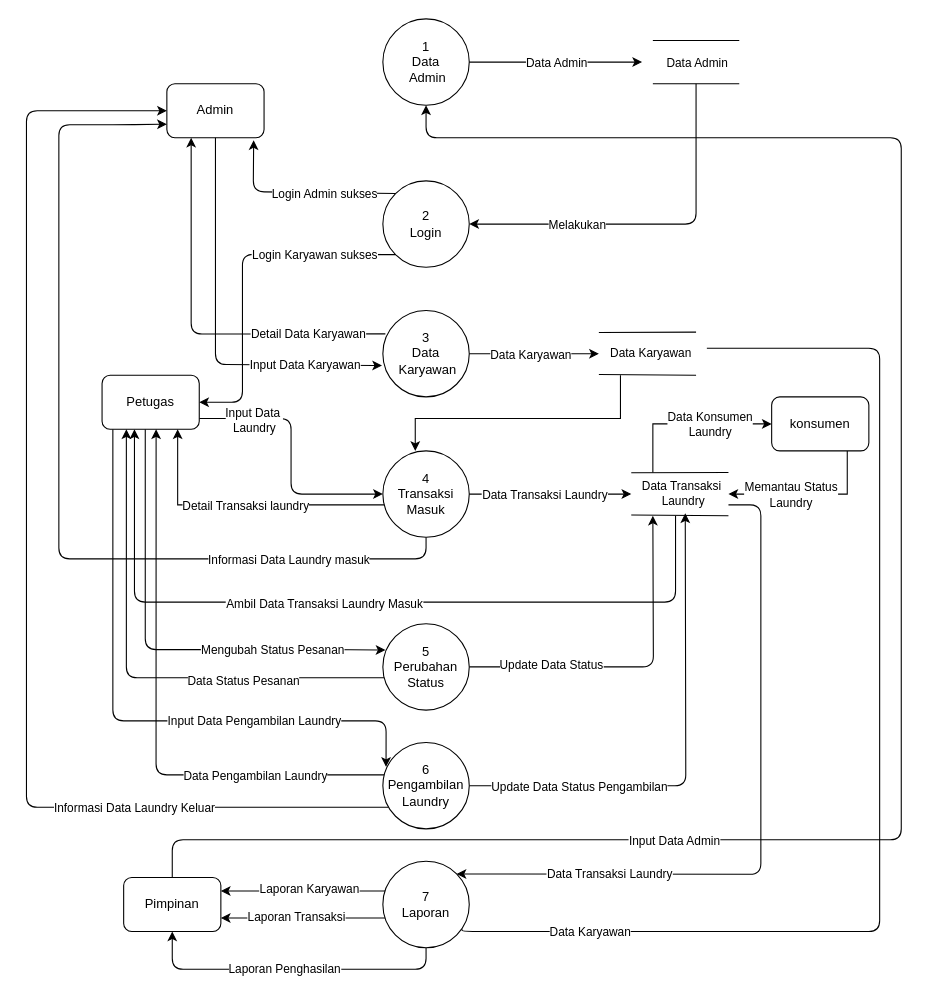
This is DFD Diagram.drawio from Sehazad/doc, a draw.io file, before an edit. Source tidied: cells renumbered, new cells numbered last; positions are measured from the earlier drawing's top-left corner, leaving out a move shared by most shapes. Both pictures are drawn from the tidied source at 108%, with x=0, y=0 at pixel (26, 18).
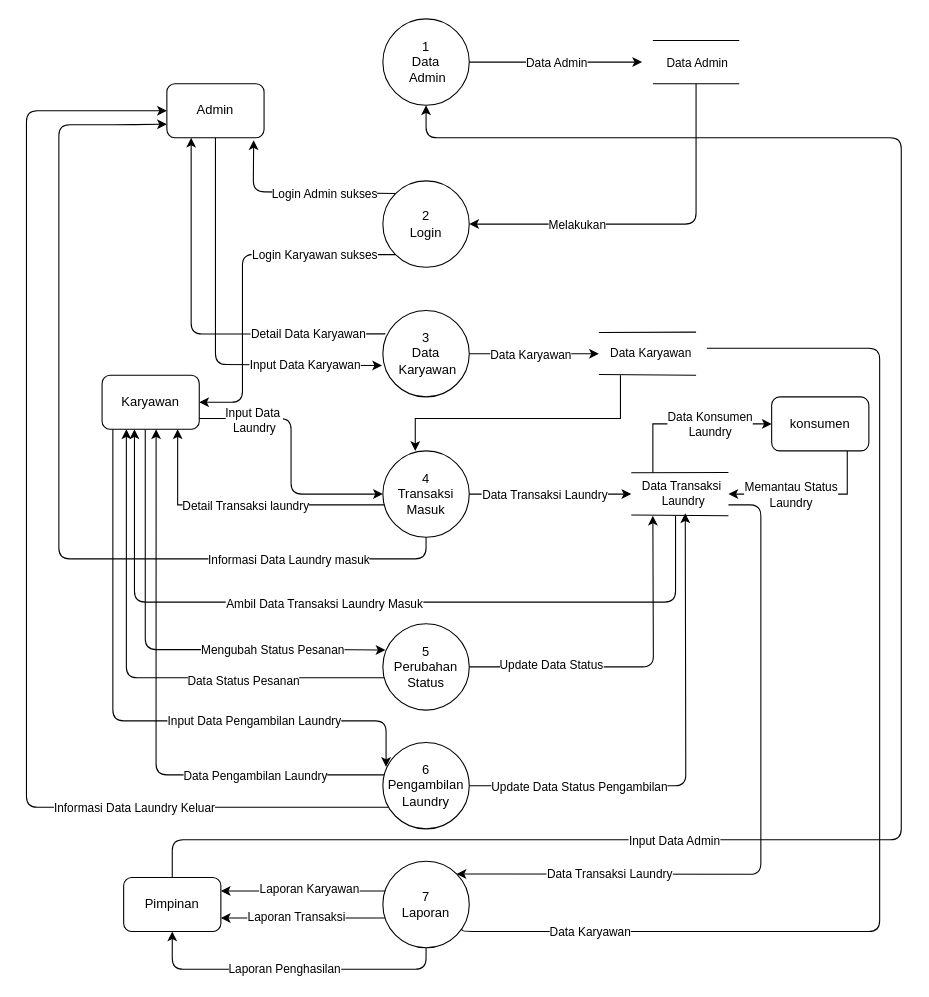
After the change.

Change to the diagram source:
```diff
@@
-    <mxCell id="24" value="Petugas" style="rounded=1;whiteSpace=wrap;html=1;" parent="1" vertex="1">
+    <mxCell id="24" value="Karyawan" style="rounded=1;whiteSpace=wrap;html=1;" parent="1" vertex="1">
       <mxGeometry x="70" y="330" width="90" height="50" as="geometry" />
     </mxCell>
```
